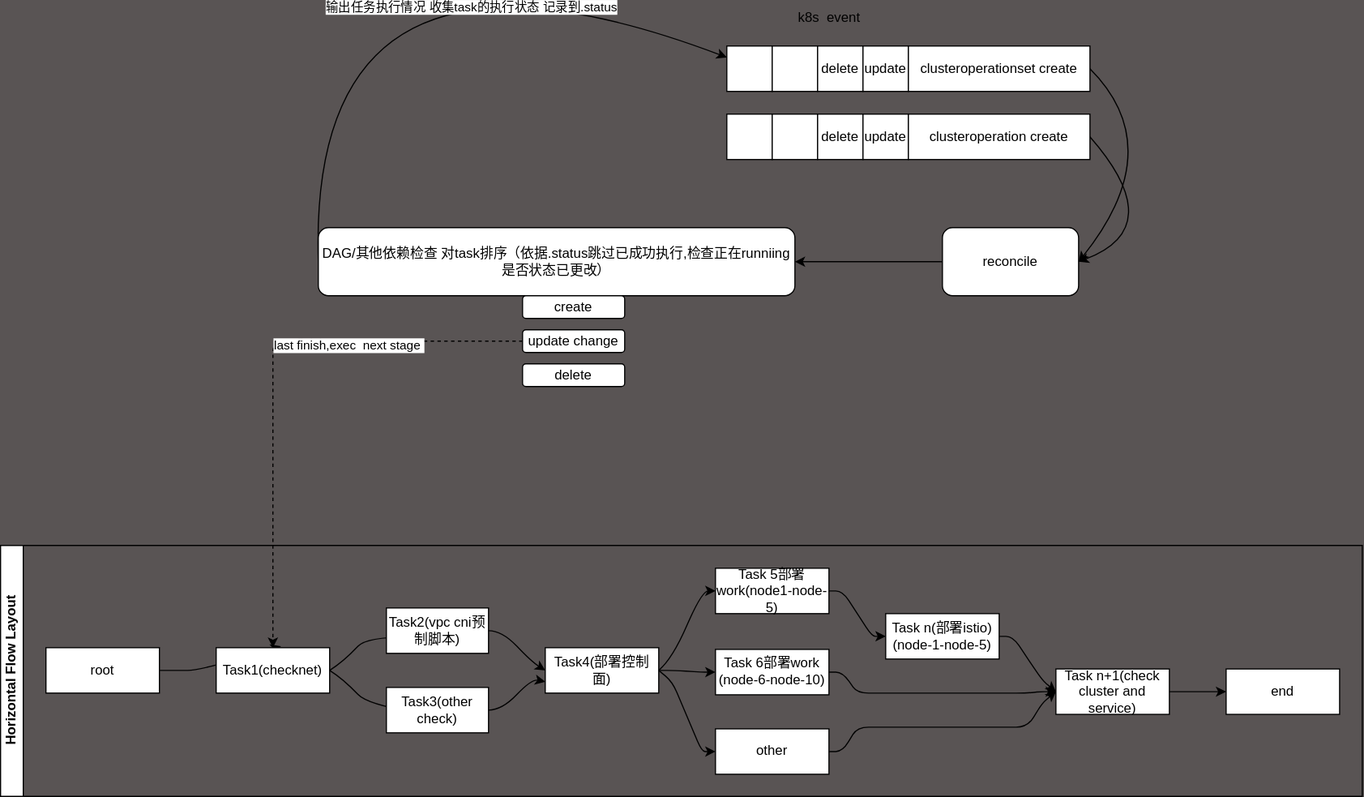
This is clusteroperationset.svg from Goend/booksite, a draw.io export, as it was before one commit. Source tidied: cells renumbered, new cells last; positions are measured from the earlier drawing's top-left corner, leaving out a move shared by most shapes.
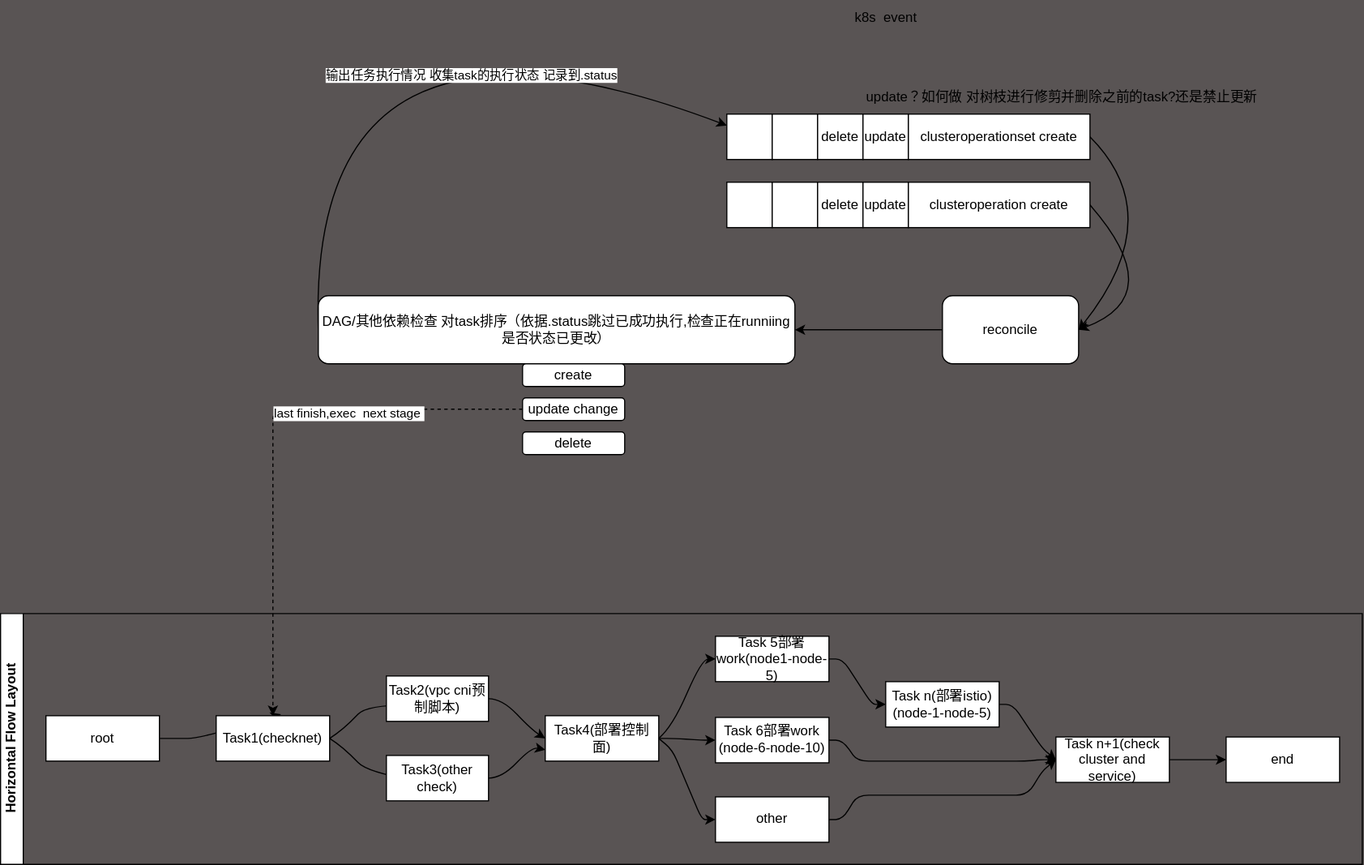
After the change.

Commit message:
update clusteroperation design

The edit, as a diff of the source:
```diff
@@ -25,7 +25,7 @@
       <mxGeometry x="800" y="130" width="160" height="40" as="geometry" />
     </mxCell>
     <mxCell id="8" value="k8s&amp;nbsp; event" style="text;html=1;align=center;verticalAlign=middle;strokeColor=none;fillColor=none;" parent="1" vertex="1">
-      <mxGeometry x="690" y="90" width="80" height="30" as="geometry" />
+      <mxGeometry x="740" y="30" width="80" height="30" as="geometry" />
     </mxCell>
     <mxCell id="9" style="edgeStyle=none;curved=1;html=1;exitX=0;exitY=0.5;exitDx=0;exitDy=0;entryX=0;entryY=0.25;entryDx=0;entryDy=0;" parent="1" edge="1" source="11" target="2">
       <mxGeometry relative="1" as="geometry">
@@ -233,5 +233,8 @@
     <mxCell id="49" value="end" style="whiteSpace=wrap;html=1;" parent="25" vertex="1">
       <mxGeometry x="1080" y="108.7" width="100" height="40" as="geometry" />
     </mxCell>
+    <mxCell id="50" value="update？如何做 对树枝进行修剪并删除之前的task?还是禁止更新" style="text;html=1;align=center;verticalAlign=middle;strokeColor=none;fillColor=none;" parent="1" vertex="1">
+      <mxGeometry x="750" y="100" width="370" height="30" as="geometry" />
+    </mxCell>
   </root>
 </mxGraphModel>
```
